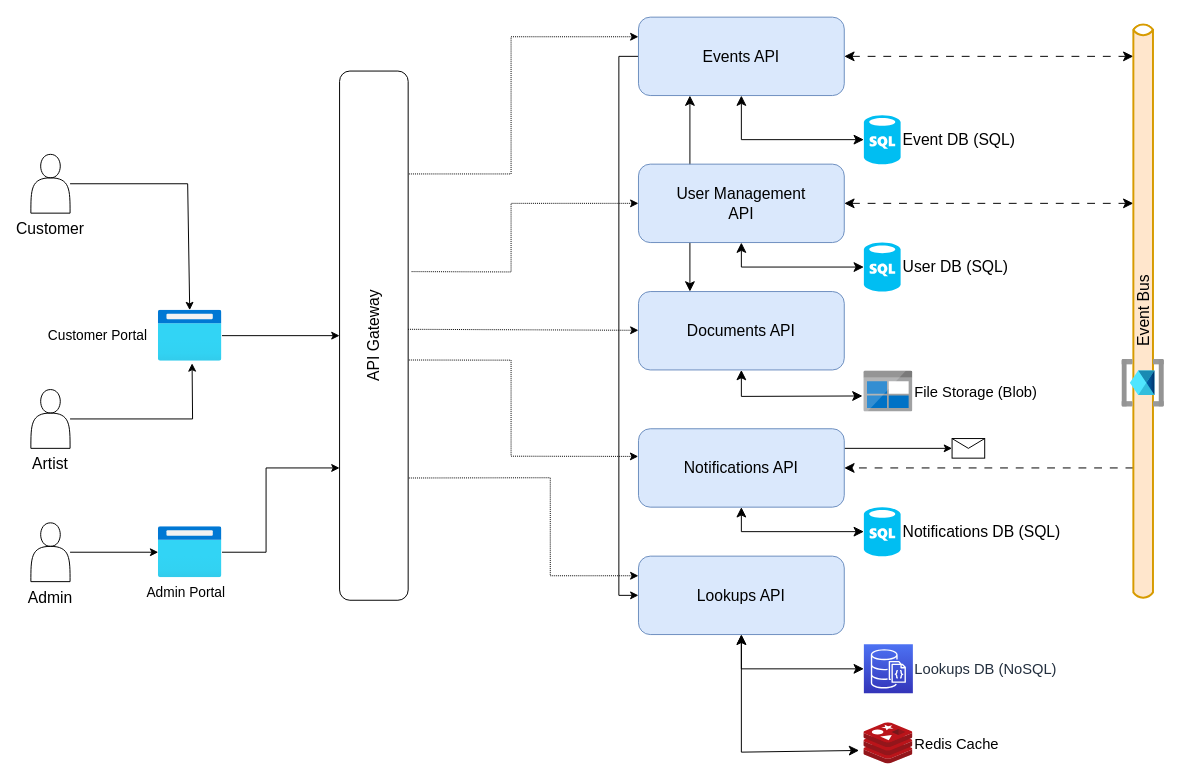
abhiroop43/EventBookings keeps this draw.io diagram as docs/application_architecture.drawio. Above is the earlier version. Source tidied: cells renumbered, new cells numbered last; positions are measured from the earlier drawing's top-left corner, leaving out a move shared by most shapes. Both pictures are drawn from the tidied source at 98%, with x=0, y=0 at pixel (30, 17).
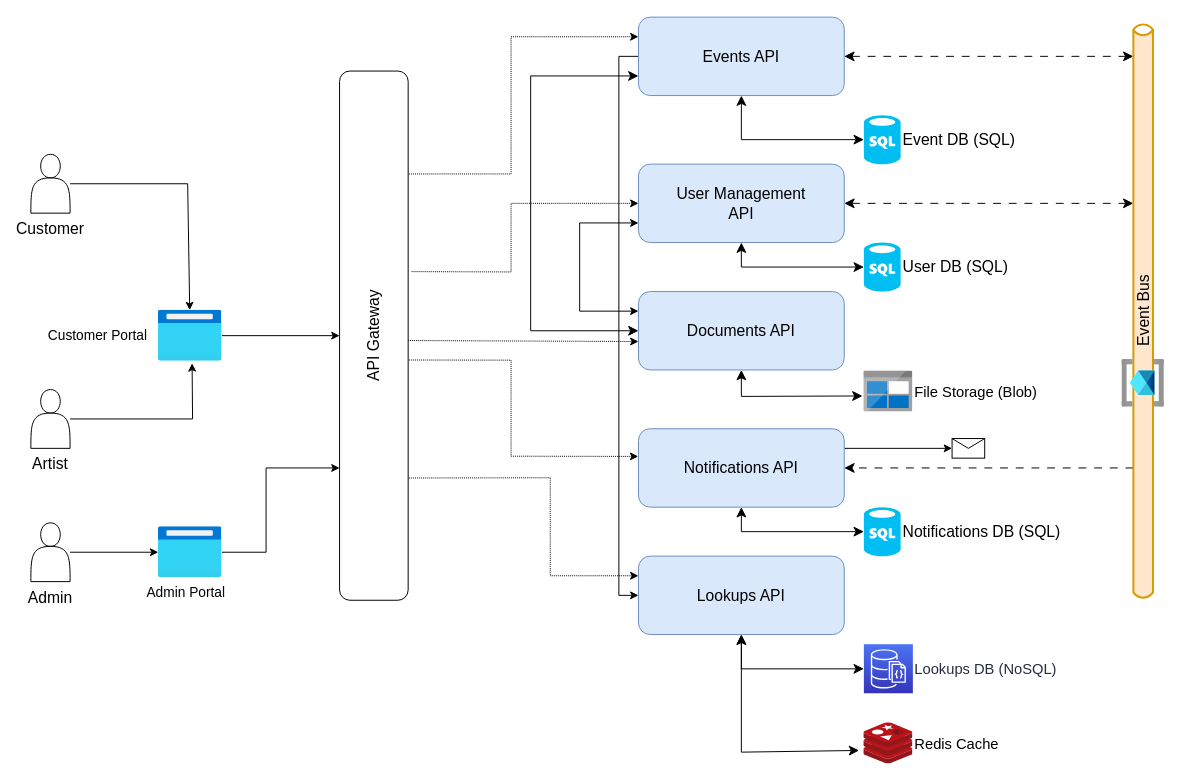
Above is the later version.

Commit message (it also covers changes not shown here):
docs: :art: update application architecture diagram

* Revamped `application_architecture.drawio` using updated Draw.io version for improved clarity
* Enhanced visual elements with refined styles, shapes, and color schemes
* Updated architecture layout to include new components and API connections for better representation of system flow

Unchanged cells that the change refers to:
```xml
<mxCell id="7" value="API Gateway" style="rounded=1;whiteSpace=wrap;html=1;fontSize=16;rotation=-90;" parent="1" vertex="1">
  <mxGeometry x="80" y="290" width="540" height="70" as="geometry" />
</mxCell>
<mxCell id="12" value="Events API" style="rounded=1;whiteSpace=wrap;html=1;fontSize=16;fillColor=#dae8fc;strokeColor=#6c8ebf;" parent="1" vertex="1">
  <mxGeometry x="620" width="210" height="80" as="geometry" />
</mxCell>
<mxCell id="15" value="User Management&lt;br&gt;API" style="rounded=1;whiteSpace=wrap;html=1;fontSize=16;fillColor=#dae8fc;strokeColor=#6c8ebf;" parent="1" vertex="1">
  <mxGeometry x="620" y="150" width="210" height="80" as="geometry" />
</mxCell>
<mxCell id="17" value="Documents API" style="rounded=1;whiteSpace=wrap;html=1;fontSize=16;fillColor=#dae8fc;strokeColor=#6c8ebf;" parent="1" vertex="1">
  <mxGeometry x="620" y="280" width="210" height="80" as="geometry" />
</mxCell>
```

Diff of the diagram source:
```diff
@@
-    <mxCell id="4" style="edgeStyle=none;rounded=0;sketch=0;jettySize=auto;html=1;fontSize=12;startArrow=none;startFill=0;exitX=0.512;exitY=0.998;exitDx=0;exitDy=0;exitPerimeter=0;dashed=1;dashPattern=1 1;" parent="1" edge="1" source="7" target="17">
-      <mxGeometry relative="1" as="geometry" />
+    <mxCell id="4" style="edgeStyle=none;rounded=0;sketch=0;orthogonalLoop=1;jettySize=auto;html=1;fontSize=12;startArrow=none;startFill=0;exitX=0.512;exitY=0.998;exitDx=0;exitDy=0;exitPerimeter=0;dashed=1;dashPattern=1 1;" parent="1" edge="1">
+      <mxGeometry relative="1" as="geometry">
+        <mxPoint x="384.9" y="330" as="sourcePoint" />
+        <mxPoint x="620" y="331" as="targetPoint" />
+      </mxGeometry>
     </mxCell>
@@
-    <mxCell id="10" style="edgeStyle=none;rounded=0;jettySize=auto;html=1;entryX=0.25;entryY=0;entryDx=0;entryDy=0;fontSize=12;startSize=8;endSize=8;exitX=0.25;exitY=1;exitDx=0;exitDy=0;startArrow=classic;startFill=1;" parent="1" edge="1" source="12" target="17">
-      <mxGeometry relative="1" as="geometry" />
+    <mxCell id="10" style="edgeStyle=none;rounded=0;jettySize=auto;html=1;entryX=0;entryY=0.5;entryDx=0;entryDy=0;fontSize=12;startSize=8;endSize=8;exitX=0;exitY=0.75;exitDx=0;exitDy=0;startArrow=classic;startFill=1;" parent="1" edge="1" source="12" target="17">
+      <mxGeometry relative="1" as="geometry">
+        <Array as="points">
+          <mxPoint x="510" y="60" />
+          <mxPoint x="510" y="320" />
+        </Array>
+      </mxGeometry>
     </mxCell>
@@
+    <mxCell id="45" style="edgeStyle=orthogonalEdgeStyle;rounded=0;jettySize=auto;html=1;exitX=0;exitY=0.75;exitDx=0;exitDy=0;entryX=0;entryY=0.25;entryDx=0;entryDy=0;startArrow=classic;startFill=1;" parent="1" edge="1" source="15" target="17">
+      <mxGeometry relative="1" as="geometry">
+        <Array as="points">
+          <mxPoint x="560" y="210" />
+          <mxPoint x="560" y="300" />
+        </Array>
+      </mxGeometry>
+    </mxCell>
```
